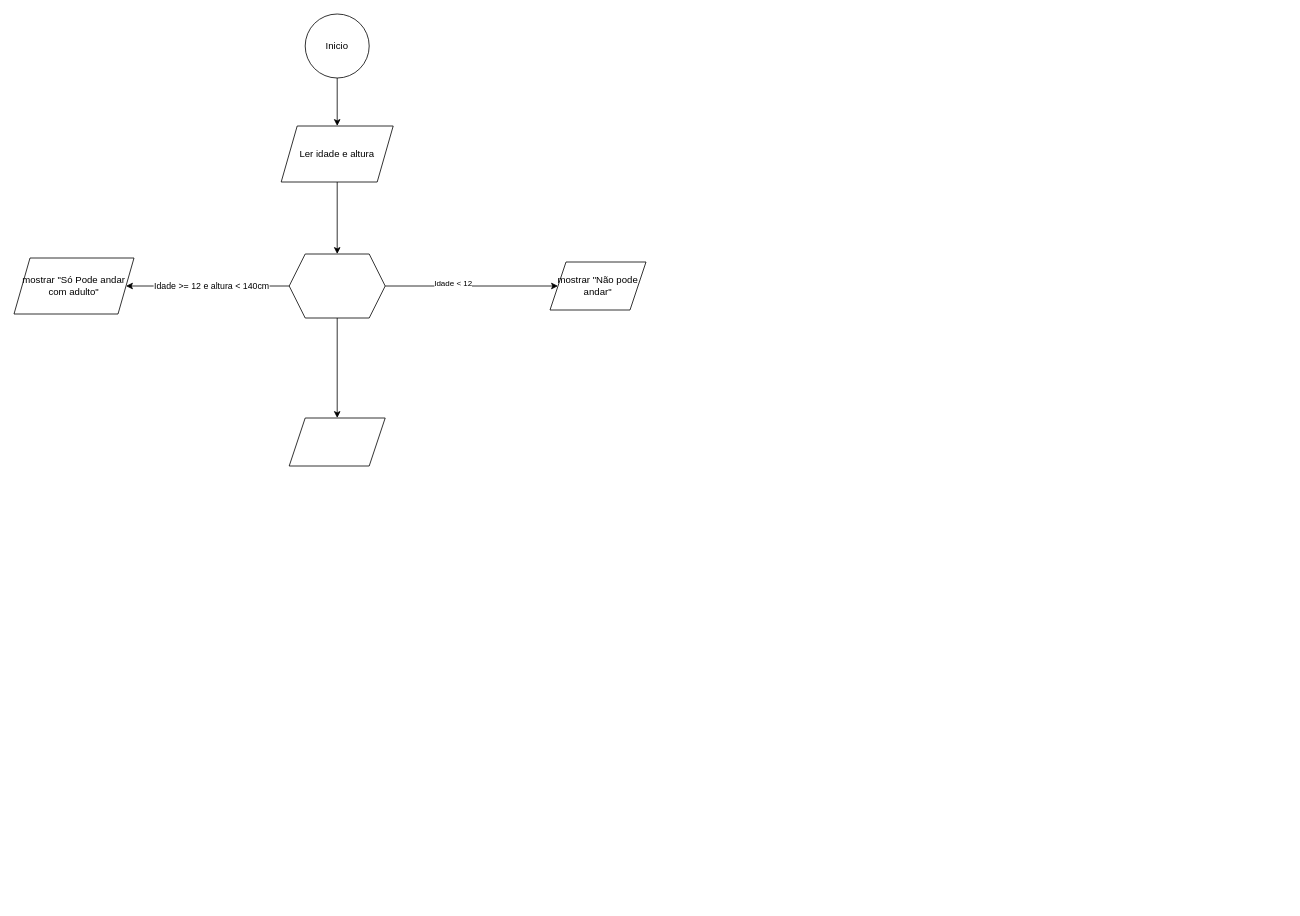
This is Ex.Fluxogramas/Fluxograma011.drawio from arnaldodev2/TLP, a draw.io file, before an edit. Source tidied: cells renumbered, new cells numbered last; positions are measured from the earlier drawing's top-left corner, leaving out a move shared by most shapes. Both pictures are drawn from the tidied source at 80%, with x=0, y=0 at pixel (14, 14).
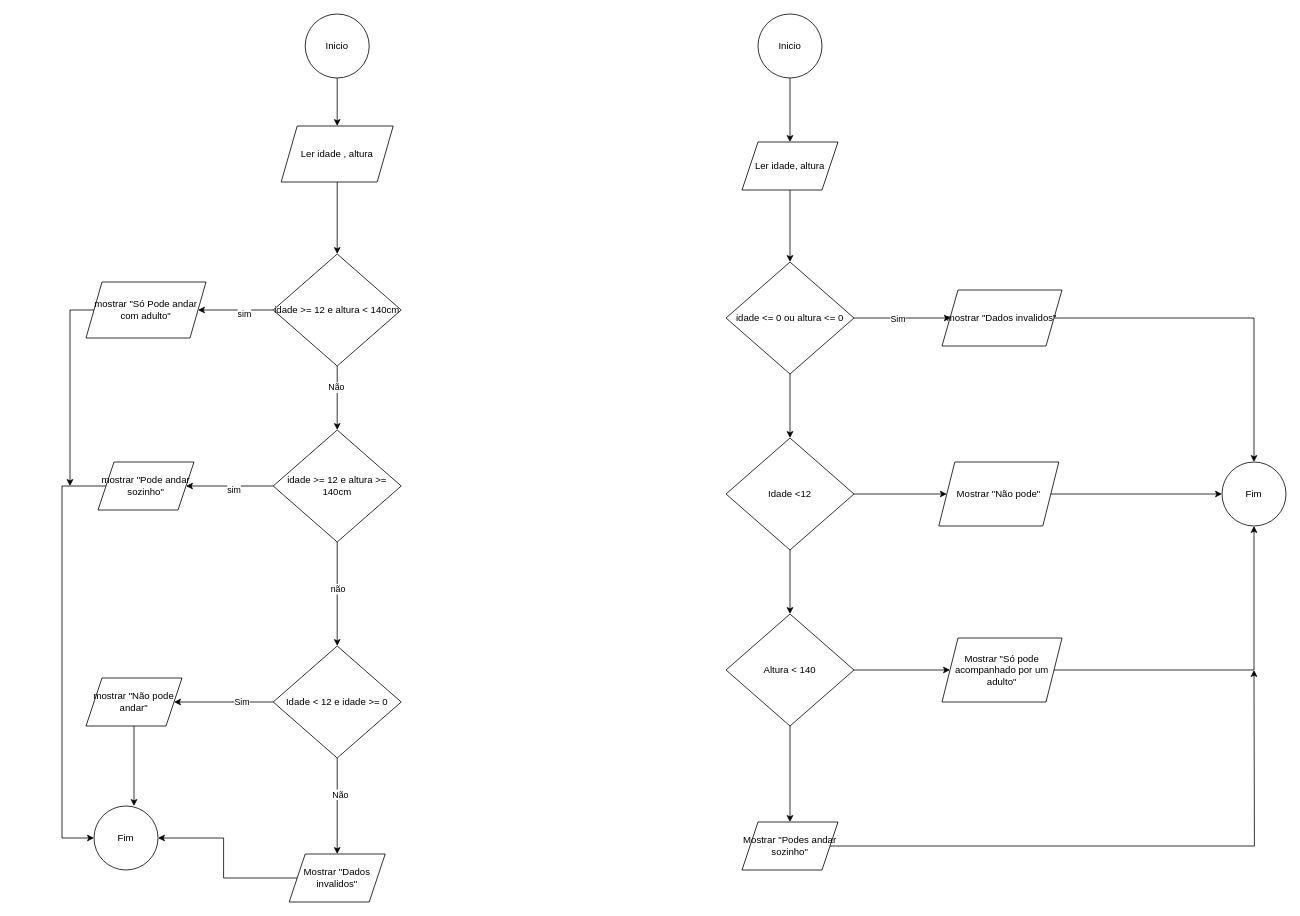
The same diagram, later.

The edit, as a diff of the source:
```diff
@@
-    <mxCell id="5" value="Ler idade e altura" style="shape=parallelogram;perimeter=parallelogramPerimeter;whiteSpace=wrap;html=1;shapeInside=1;fixedSize=1;" parent="1" vertex="1">
+    <mxCell id="5" value="Ler idade , altura" style="shape=parallelogram;perimeter=parallelogramPerimeter;whiteSpace=wrap;html=1;shapeInside=1;fixedSize=1;" parent="1" vertex="1">
       <mxGeometry x="334" y="140" width="140" height="70" as="geometry" />
     </mxCell>
-    <mxCell id="6" style="edgeStyle=orthogonalEdgeStyle;rounded=0;jettySize=auto;html=1;entryX=1;entryY=0.5;entryDx=0;entryDy=0;" parent="1" edge="1" source="11" target="14">
+    <mxCell id="6" style="edgeStyle=orthogonalEdgeStyle;rounded=0;jettySize=auto;html=1;entryX=1;entryY=0.5;entryDx=0;entryDy=0;" parent="1" edge="1" source="30" target="14">
       <mxGeometry relative="1" as="geometry" />
     </mxCell>
-    <mxCell id="7" value="Idade &amp;gt;= 12 e altura &amp;lt; 140cm" style="edgeLabel;html=1;align=center;verticalAlign=middle;" parent="6" vertex="1">
-      <mxGeometry x="-0.04" y="-1" relative="1" as="geometry" />
-    </mxCell>
-    <mxCell id="8" style="edgeStyle=orthogonalEdgeStyle;rounded=0;jettySize=auto;html=1;entryX=0.5;entryY=0;entryDx=0;entryDy=0;" parent="1" edge="1" source="11" target="13">
-      <mxGeometry relative="1" as="geometry" />
-    </mxCell>
-    <mxCell id="9" style="edgeStyle=orthogonalEdgeStyle;rounded=0;jettySize=auto;html=1;" parent="1" edge="1" source="11" target="12">
-      <mxGeometry relative="1" as="geometry" />
-    </mxCell>
-    <mxCell id="10" value="&lt;font size=&quot;1&quot;&gt;Idade &amp;lt; 12&lt;/font&gt;" style="edgeLabel;html=1;align=center;verticalAlign=middle;" parent="9" vertex="1">
-      <mxGeometry x="-0.22" y="4" relative="1" as="geometry" />
-    </mxCell>
-    <mxCell id="11" style="shape=hexagon;perimeter=hexagonPerimeter2;whiteSpace=wrap;html=1;shapeInside=1;fixedSize=1;" parent="1" vertex="1">
-      <mxGeometry x="344" y="300" width="120" height="80" as="geometry" />
-    </mxCell>
+    <mxCell id="15" value="sim" style="edgeLabel;html=1;align=center;verticalAlign=middle;" parent="6" vertex="1">
+      <mxGeometry x="-0.21" y="4" relative="1" as="geometry" />
+    </mxCell>
     <mxCell id="12" value="mostrar &quot;Não pode andar&quot;" style="shape=parallelogram;perimeter=parallelogramPerimeter;whiteSpace=wrap;html=1;shapeInside=1;fixedSize=1;" parent="1" vertex="1">
-      <mxGeometry x="670" y="310" width="120" height="60" as="geometry" />
+      <mxGeometry x="90" y="830" width="120" height="60" as="geometry" />
     </mxCell>
+    <mxCell id="16" style="edgeStyle=orthogonalEdgeStyle;rounded=0;jettySize=auto;html=1;entryX=0;entryY=0.5;entryDx=0;entryDy=0;" parent="1" edge="1" source="13" target="35">
+      <mxGeometry relative="1" as="geometry">
+        <Array as="points">
+          <mxPoint x="60" y="590" />
+          <mxPoint x="60" y="1030" />
+        </Array>
+      </mxGeometry>
+    </mxCell>
-    <mxCell id="13" style="shape=parallelogram;perimeter=parallelogramPerimeter;whiteSpace=wrap;html=1;shapeInside=1;fixedSize=1;" parent="1" vertex="1">
-      <mxGeometry x="344" y="505" width="120" height="60" as="geometry" />
+    <mxCell id="13" value="mostrar &quot;Pode andar sozinho&quot;" style="shape=parallelogram;perimeter=parallelogramPerimeter;whiteSpace=wrap;html=1;shapeInside=1;fixedSize=1;" parent="1" vertex="1">
+      <mxGeometry x="105" y="560" width="120" height="60" as="geometry" />
     </mxCell>
+    <mxCell id="17" style="edgeStyle=orthogonalEdgeStyle;rounded=0;jettySize=auto;html=1;" parent="1" edge="1" source="14">
+      <mxGeometry relative="1" as="geometry">
+        <mxPoint x="70" y="590" as="targetPoint" />
+      </mxGeometry>
+    </mxCell>
     <mxCell id="14" value="mostrar &quot;Só Pode andar com adulto&quot;" style="shape=parallelogram;perimeter=parallelogramPerimeter;whiteSpace=wrap;html=1;shapeInside=1;fixedSize=1;" parent="1" vertex="1">
-      <mxGeometry y="305" width="150" height="70" as="geometry" />
+      <mxGeometry x="90" y="335" width="150" height="70" as="geometry" />
     </mxCell>
+    <mxCell id="18" style="edgeStyle=orthogonalEdgeStyle;rounded=0;jettySize=auto;html=1;entryX=1;entryY=0.5;entryDx=0;entryDy=0;" parent="1" edge="1" source="22" target="12">
+      <mxGeometry relative="1" as="geometry" />
+    </mxCell>
+    <mxCell id="19" value="Sim" style="edgeLabel;html=1;align=center;verticalAlign=middle;" parent="18" vertex="1">
+      <mxGeometry x="-0.35" y="-1" relative="1" as="geometry" />
+    </mxCell>
+    <mxCell id="20" style="edgeStyle=orthogonalEdgeStyle;rounded=0;jettySize=auto;html=1;" parent="1" edge="1" source="22" target="32">
+      <mxGeometry relative="1" as="geometry" />
+    </mxCell>
+    <mxCell id="21" value="Não" style="edgeLabel;html=1;align=center;verticalAlign=middle;" parent="20" vertex="1">
+      <mxGeometry x="-0.25" y="3" relative="1" as="geometry" />
+    </mxCell>
+    <mxCell id="22" value="Idade &amp;lt; 12 e idade &amp;gt;= 0" style="rhombus;whiteSpace=wrap;html=1;shapeInside=1;" parent="1" vertex="1">
+      <mxGeometry x="324" y="790" width="160" height="140" as="geometry" />
+    </mxCell>
+    <mxCell id="23" style="edgeStyle=orthogonalEdgeStyle;rounded=0;jettySize=auto;html=1;entryX=0.5;entryY=0;entryDx=0;entryDy=0;" parent="1" edge="1" source="27" target="22">
+      <mxGeometry relative="1" as="geometry" />
+    </mxCell>
+    <mxCell id="24" value="não" style="edgeLabel;html=1;align=center;verticalAlign=middle;" parent="23" vertex="1">
+      <mxGeometry x="-0.11" relative="1" as="geometry" />
+    </mxCell>
+    <mxCell id="25" style="edgeStyle=orthogonalEdgeStyle;rounded=0;jettySize=auto;html=1;entryX=1;entryY=0.5;entryDx=0;entryDy=0;" parent="1" edge="1" source="27" target="13">
+      <mxGeometry relative="1" as="geometry" />
+    </mxCell>
+    <mxCell id="26" value="sim" style="edgeLabel;html=1;align=center;verticalAlign=middle;" parent="25" vertex="1">
+      <mxGeometry x="-0.08" y="4" relative="1" as="geometry" />
+    </mxCell>
+    <mxCell id="27" value="idade &amp;gt;= 12 e altura &amp;gt;= 140cm" style="rhombus;whiteSpace=wrap;html=1;shapeInside=1;" parent="1" vertex="1">
+      <mxGeometry x="324" y="520" width="160" height="140" as="geometry" />
+    </mxCell>
+    <mxCell id="28" style="edgeStyle=orthogonalEdgeStyle;rounded=0;jettySize=auto;html=1;entryX=0.5;entryY=0;entryDx=0;entryDy=0;" parent="1" edge="1" source="30" target="27">
+      <mxGeometry relative="1" as="geometry" />
+    </mxCell>
+    <mxCell id="29" value="Não" style="edgeLabel;html=1;align=center;verticalAlign=middle;" parent="28" vertex="1">
+      <mxGeometry x="-0.35" y="-2" relative="1" as="geometry" />
+    </mxCell>
+    <mxCell id="30" value="idade &amp;gt;= 12 e altura &amp;lt; 140cm" style="rhombus;whiteSpace=wrap;html=1;shapeInside=1;" parent="1" vertex="1">
+      <mxGeometry x="324" y="300" width="160" height="140" as="geometry" />
+    </mxCell>
+    <mxCell id="31" style="edgeStyle=orthogonalEdgeStyle;rounded=0;jettySize=auto;html=1;entryX=1;entryY=0.5;entryDx=0;entryDy=0;" parent="1" edge="1" source="32" target="35">
+      <mxGeometry relative="1" as="geometry" />
+    </mxCell>
+    <mxCell id="32" value="Mostrar &quot;Dados invalidos&quot;" style="shape=parallelogram;perimeter=parallelogramPerimeter;whiteSpace=wrap;html=1;shapeInside=1;fixedSize=1;" parent="1" vertex="1">
+      <mxGeometry x="344" y="1050" width="120" height="60" as="geometry" />
+    </mxCell>
+    <mxCell id="33" style="edgeStyle=orthogonalEdgeStyle;rounded=0;jettySize=auto;html=1;entryX=0.5;entryY=0;entryDx=0;entryDy=0;" parent="1" edge="1" source="34" target="38">
+      <mxGeometry relative="1" as="geometry" />
+    </mxCell>
+    <mxCell id="34" value="Inicio" style="ellipse;whiteSpace=wrap;html=1;shapeInside=1;" parent="1" vertex="1">
+      <mxGeometry x="930" width="80" height="80" as="geometry" />
+    </mxCell>
+    <mxCell id="35" value="Fim" style="ellipse;whiteSpace=wrap;html=1;shapeInside=1;" parent="1" vertex="1">
+      <mxGeometry x="100" y="990" width="80" height="80" as="geometry" />
+    </mxCell>
+    <mxCell id="36" style="edgeStyle=orthogonalEdgeStyle;rounded=0;jettySize=auto;html=1;entryX=0.625;entryY=0;entryDx=0;entryDy=0;entryPerimeter=0;" parent="1" edge="1" source="12" target="35">
+      <mxGeometry relative="1" as="geometry" />
+    </mxCell>
+    <mxCell id="37" style="edgeStyle=orthogonalEdgeStyle;rounded=0;jettySize=auto;html=1;entryX=0.5;entryY=0;entryDx=0;entryDy=0;" parent="1" edge="1" source="38" target="42">
+      <mxGeometry relative="1" as="geometry" />
+    </mxCell>
+    <mxCell id="38" value="Ler idade, altura" style="shape=parallelogram;perimeter=parallelogramPerimeter;whiteSpace=wrap;html=1;shapeInside=1;fixedSize=1;" parent="1" vertex="1">
+      <mxGeometry x="910" y="160" width="120" height="60" as="geometry" />
+    </mxCell>
+    <mxCell id="39" style="edgeStyle=orthogonalEdgeStyle;rounded=0;jettySize=auto;html=1;" parent="1" edge="1" source="42">
+      <mxGeometry relative="1" as="geometry">
+        <mxPoint x="1171" y="380" as="targetPoint" />
+      </mxGeometry>
+    </mxCell>
+    <mxCell id="40" value="Sim" style="edgeLabel;html=1;align=center;verticalAlign=middle;" parent="39" vertex="1">
+      <mxGeometry x="-0.11" relative="1" as="geometry" />
+    </mxCell>
+    <mxCell id="41" style="edgeStyle=orthogonalEdgeStyle;rounded=0;jettySize=auto;html=1;" parent="1" edge="1" source="42" target="47">
+      <mxGeometry relative="1" as="geometry" />
+    </mxCell>
+    <mxCell id="42" value="idade &amp;lt;= 0 ou altura &amp;lt;= 0" style="rhombus;whiteSpace=wrap;html=1;shapeInside=1;" parent="1" vertex="1">
+      <mxGeometry x="890" y="310" width="160" height="140" as="geometry" />
+    </mxCell>
+    <mxCell id="43" style="edgeStyle=orthogonalEdgeStyle;rounded=0;jettySize=auto;html=1;entryX=0.5;entryY=0;entryDx=0;entryDy=0;" parent="1" edge="1" source="44" target="57">
+      <mxGeometry relative="1" as="geometry" />
+    </mxCell>
+    <mxCell id="44" value="mostrar &quot;Dados invalidos&quot;" style="shape=parallelogram;perimeter=parallelogramPerimeter;whiteSpace=wrap;html=1;shapeInside=1;fixedSize=1;" parent="1" vertex="1">
+      <mxGeometry x="1160" y="345" width="150" height="70" as="geometry" />
+    </mxCell>
+    <mxCell id="45" style="edgeStyle=orthogonalEdgeStyle;rounded=0;jettySize=auto;html=1;" parent="1" edge="1" source="47" target="49">
+      <mxGeometry relative="1" as="geometry" />
+    </mxCell>
+    <mxCell id="46" style="edgeStyle=orthogonalEdgeStyle;rounded=0;jettySize=auto;html=1;" parent="1" edge="1" source="47" target="52">
+      <mxGeometry relative="1" as="geometry" />
+    </mxCell>
+    <mxCell id="47" value="Idade &amp;lt;12" style="rhombus;whiteSpace=wrap;html=1;shapeInside=1;" parent="1" vertex="1">
+      <mxGeometry x="890" y="530" width="160" height="140" as="geometry" />
+    </mxCell>
+    <mxCell id="48" style="edgeStyle=orthogonalEdgeStyle;rounded=0;jettySize=auto;html=1;" parent="1" edge="1" source="49" target="57">
+      <mxGeometry relative="1" as="geometry" />
+    </mxCell>
+    <mxCell id="49" value="Mostrar &quot;Não pode&quot;" style="shape=parallelogram;perimeter=parallelogramPerimeter;whiteSpace=wrap;html=1;shapeInside=1;fixedSize=1;" parent="1" vertex="1">
+      <mxGeometry x="1156" y="560" width="150" height="80" as="geometry" />
+    </mxCell>
+    <mxCell id="50" style="edgeStyle=orthogonalEdgeStyle;rounded=0;jettySize=auto;html=1;" parent="1" edge="1" source="52" target="54">
+      <mxGeometry relative="1" as="geometry" />
+    </mxCell>
+    <mxCell id="51" style="edgeStyle=orthogonalEdgeStyle;rounded=0;jettySize=auto;html=1;" parent="1" edge="1" source="52" target="56">
+      <mxGeometry relative="1" as="geometry" />
+    </mxCell>
+    <mxCell id="52" value="Altura &amp;lt; 140" style="rhombus;whiteSpace=wrap;html=1;shapeInside=1;" parent="1" vertex="1">
+      <mxGeometry x="890" y="750" width="160" height="140" as="geometry" />
+    </mxCell>
+    <mxCell id="53" style="edgeStyle=orthogonalEdgeStyle;rounded=0;jettySize=auto;html=1;entryX=0.5;entryY=1;entryDx=0;entryDy=0;" parent="1" edge="1" source="54" target="57">
+      <mxGeometry relative="1" as="geometry" />
+    </mxCell>
+    <mxCell id="54" value="Mostrar &quot;Só pode acompanhado por um adulto&quot;" style="shape=parallelogram;perimeter=parallelogramPerimeter;whiteSpace=wrap;html=1;shapeInside=1;fixedSize=1;" parent="1" vertex="1">
+      <mxGeometry x="1160" y="780" width="150" height="80" as="geometry" />
+    </mxCell>
+    <mxCell id="55" style="edgeStyle=orthogonalEdgeStyle;rounded=0;jettySize=auto;html=1;" parent="1" edge="1" source="56">
+      <mxGeometry relative="1" as="geometry">
+        <mxPoint x="1550" y="820" as="targetPoint" />
+      </mxGeometry>
+    </mxCell>
+    <mxCell id="56" value="Mostrar &quot;Podes andar sozinho&quot;" style="shape=parallelogram;perimeter=parallelogramPerimeter;whiteSpace=wrap;html=1;shapeInside=1;fixedSize=1;" parent="1" vertex="1">
+      <mxGeometry x="910" y="1010" width="120" height="60" as="geometry" />
+    </mxCell>
+    <mxCell id="57" value="Fim" style="ellipse;whiteSpace=wrap;html=1;shapeInside=1;" parent="1" vertex="1">
+      <mxGeometry x="1510" y="560" width="80" height="80" as="geometry" />
+    </mxCell>
```
